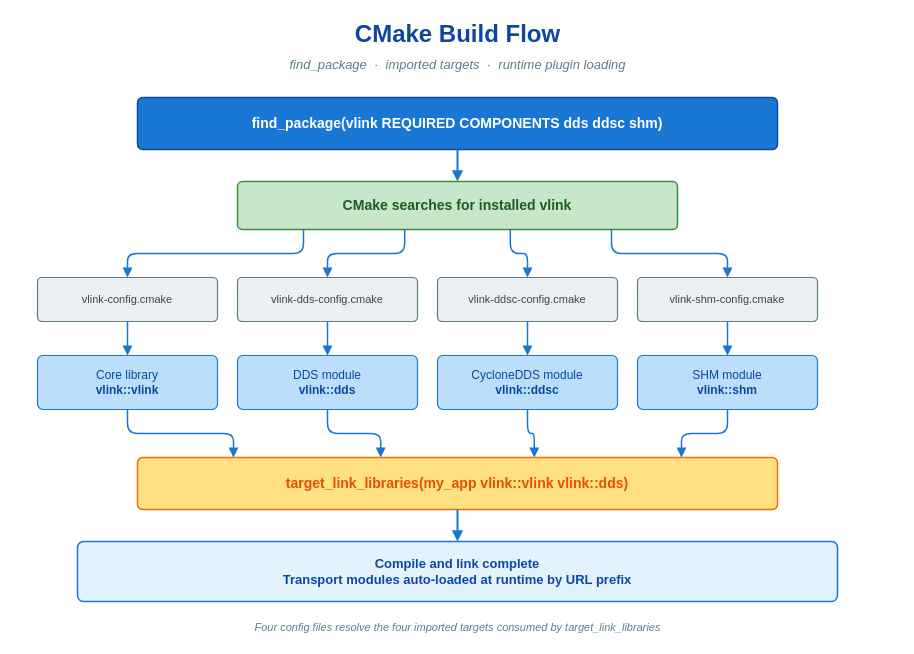
The draw.io diagram doc/images/cmake-build-flow.drawio in thun-res/vlink, before the edit. Source tidied: cells renumbered, new cells numbered last; positions are measured from the earlier drawing's top-left corner, leaving out a move shared by most shapes. Both pictures are drawn from the tidied source at 100%, with x=0, y=0 at pixel (17, 17).
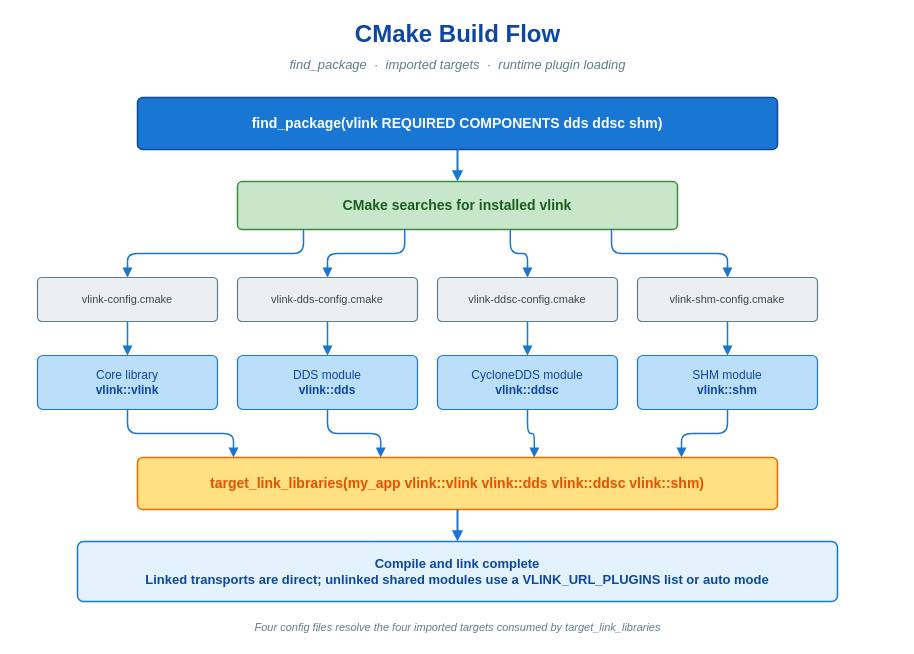
After the change.

The edit, as a diff of the source:
```diff
@@
-    <mxCell id="27" value="target_link_libraries(my_app vlink::vlink vlink::dds)" style="rounded=1;whiteSpace=wrap;html=1;fillColor=#ffe082;strokeColor=#ef6c00;strokeWidth=1.5;fontFamily=Helvetica;fontSize=14;fontStyle=1;fontColor=#e65100;shadow=0;arcSize=10;" parent="1" vertex="1">
+    <mxCell id="27" value="target_link_libraries(my_app vlink::vlink vlink::dds vlink::ddsc vlink::shm)" style="rounded=1;whiteSpace=wrap;html=1;fillColor=#ffe082;strokeColor=#ef6c00;strokeWidth=1.5;fontFamily=Helvetica;fontSize=14;fontStyle=1;fontColor=#e65100;shadow=0;arcSize=10;" parent="1" vertex="1">
       <mxGeometry x="120" y="440" width="640" height="52" as="geometry" />
     </mxCell>
@@
-    <mxCell id="29" value="Compile and link complete&#10;Transport modules auto-loaded at runtime by URL prefix" style="rounded=1;whiteSpace=wrap;html=1;fillColor=#e3f2fd;strokeColor=#1976d2;strokeWidth=1.5;fontFamily=Helvetica;fontSize=13;fontStyle=1;fontColor=#0d47a1;shadow=0;arcSize=10;" parent="1" vertex="1">
+    <mxCell id="29" value="Compile and link complete&#10;Linked transports are direct; unlinked shared modules use a VLINK_URL_PLUGINS list or auto mode" style="rounded=1;whiteSpace=wrap;html=1;fillColor=#e3f2fd;strokeColor=#1976d2;strokeWidth=1.5;fontFamily=Helvetica;fontSize=13;fontStyle=1;fontColor=#0d47a1;shadow=0;arcSize=10;" parent="1" vertex="1">
       <mxGeometry x="60" y="524" width="760" height="60" as="geometry" />
     </mxCell>
```
